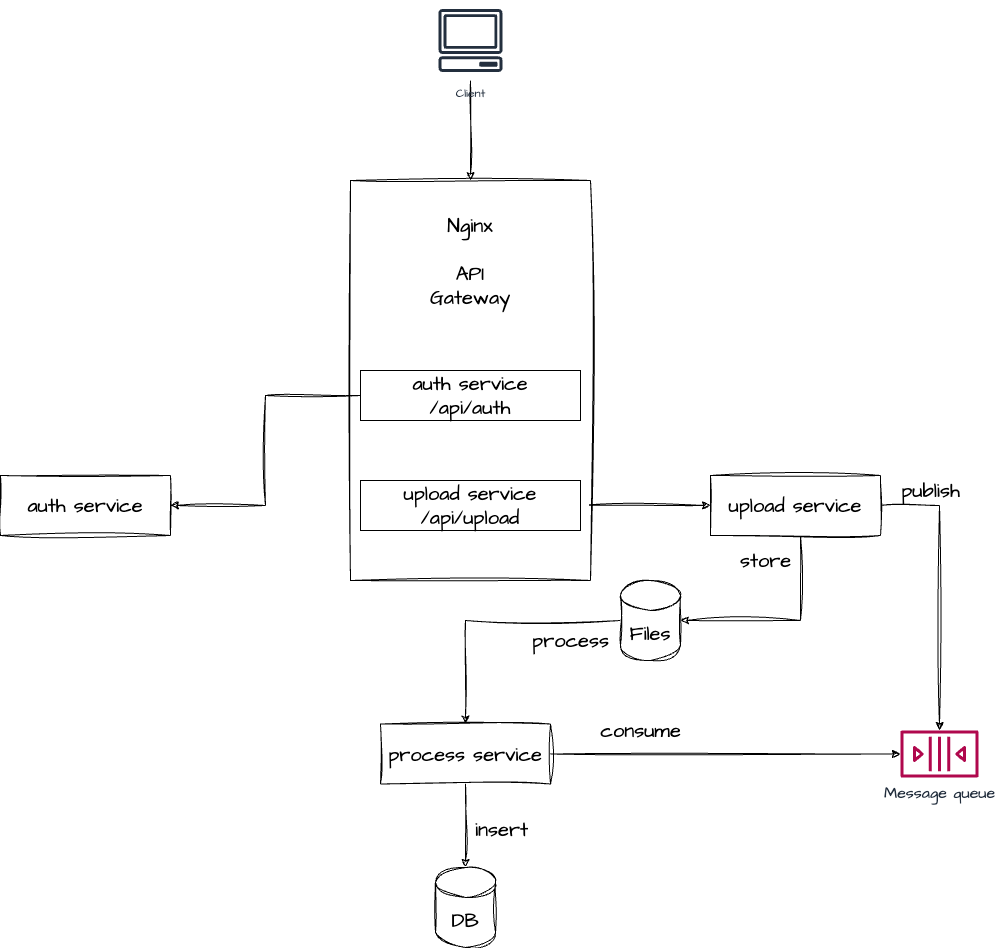
Earlier version of the draw.io export images/high-level-architecture.png (toantranct94/bank-reconciliation-system). Source tidied: cells renumbered, new cells last; positions are measured from the earlier drawing's top-left corner, leaving out a move shared by most shapes. Source of this version:
```xml
<mxGraphModel>
  <root>
    <mxCell id="0" />
    <mxCell id="1" parent="0" />
    <mxCell id="2" style="edgeStyle=orthogonalEdgeStyle;rounded=0;sketch=1;hachureGap=4;jiggle=2;curveFitting=1;jettySize=auto;html=1;entryX=0.5;entryY=0;entryDx=0;entryDy=0;fontFamily=Architects Daughter;fontSource=https%3A%2F%2Ffonts.googleapis.com%2Fcss%3Ffamily%3DArchitects%2BDaughter;fontSize=16;" parent="1" edge="1" source="3" target="14">
      <mxGeometry relative="1" as="geometry" />
    </mxCell>
    <mxCell id="3" value="Client" style="sketch=0;outlineConnect=0;fontColor=#232F3E;gradientColor=none;strokeColor=#232F3E;fillColor=#ffffff;dashed=0;verticalLabelPosition=bottom;verticalAlign=top;align=center;html=1;fontSize=12;fontStyle=0;shape=mxgraph.aws4.resourceIcon;resIcon=mxgraph.aws4.client;hachureGap=4;jiggle=2;curveFitting=1;fontFamily=Architects Daughter;fontSource=https%3A%2F%2Ffonts.googleapis.com%2Fcss%3Ffamily%3DArchitects%2BDaughter;" parent="1" vertex="1">
      <mxGeometry x="430" width="80" height="80" as="geometry" />
    </mxCell>
    <mxCell id="4" style="edgeStyle=orthogonalEdgeStyle;rounded=0;sketch=1;hachureGap=4;jiggle=2;curveFitting=1;jettySize=auto;html=1;fontFamily=Architects Daughter;fontSource=https%3A%2F%2Ffonts.googleapis.com%2Fcss%3Ffamily%3DArchitects%2BDaughter;fontSize=16;" parent="1" edge="1" source="18" target="20">
      <mxGeometry relative="1" as="geometry" />
    </mxCell>
    <mxCell id="5" value="auth service" style="rounded=0;whiteSpace=wrap;html=1;sketch=1;hachureGap=4;jiggle=2;curveFitting=1;fontFamily=Architects Daughter;fontSource=https%3A%2F%2Ffonts.googleapis.com%2Fcss%3Ffamily%3DArchitects%2BDaughter;fontSize=20;" parent="1" vertex="1">
      <mxGeometry y="475" width="170" height="60" as="geometry" />
    </mxCell>
    <mxCell id="6" style="edgeStyle=orthogonalEdgeStyle;rounded=0;sketch=1;hachureGap=4;jiggle=2;curveFitting=1;jettySize=auto;html=1;fontFamily=Architects Daughter;fontSource=https%3A%2F%2Ffonts.googleapis.com%2Fcss%3Ffamily%3DArchitects%2BDaughter;fontSize=16;" parent="1" edge="1" source="20" target="12">
      <mxGeometry relative="1" as="geometry" />
    </mxCell>
    <mxCell id="7" style="edgeStyle=orthogonalEdgeStyle;rounded=0;sketch=1;hachureGap=4;jiggle=2;curveFitting=1;jettySize=auto;html=1;entryX=0.5;entryY=0;entryDx=0;entryDy=0;entryPerimeter=0;fontFamily=Architects Daughter;fontSource=https%3A%2F%2Ffonts.googleapis.com%2Fcss%3Ffamily%3DArchitects%2BDaughter;fontSize=16;" parent="1" edge="1" source="10" target="11">
      <mxGeometry relative="1" as="geometry" />
    </mxCell>
    <mxCell id="8" value="insert" style="edgeLabel;html=1;align=center;verticalAlign=middle;fontSize=20;fontFamily=Architects Daughter;" parent="7" vertex="1">
      <mxGeometry x="-0.28" y="-3" relative="1" as="geometry">
        <mxPoint x="38" y="14" as="offset" />
      </mxGeometry>
    </mxCell>
    <mxCell id="9" style="edgeStyle=orthogonalEdgeStyle;rounded=0;sketch=1;hachureGap=4;jiggle=2;curveFitting=1;jettySize=auto;html=1;fontFamily=Architects Daughter;fontSource=https%3A%2F%2Ffonts.googleapis.com%2Fcss%3Ffamily%3DArchitects%2BDaughter;fontSize=16;" parent="1" edge="1" source="10" target="12">
      <mxGeometry relative="1" as="geometry" />
    </mxCell>
    <mxCell id="10" value="process service" style="rounded=0;whiteSpace=wrap;html=1;sketch=1;hachureGap=4;jiggle=2;curveFitting=1;fontFamily=Architects Daughter;fontSource=https%3A%2F%2Ffonts.googleapis.com%2Fcss%3Ffamily%3DArchitects%2BDaughter;fontSize=20;" parent="1" vertex="1">
      <mxGeometry x="380" y="723.5" width="170" height="60" as="geometry" />
    </mxCell>
    <mxCell id="11" value="DB" style="shape=cylinder3;whiteSpace=wrap;html=1;boundedLbl=1;backgroundOutline=1;size=15;sketch=1;hachureGap=4;jiggle=2;curveFitting=1;fontFamily=Architects Daughter;fontSource=https%3A%2F%2Ffonts.googleapis.com%2Fcss%3Ffamily%3DArchitects%2BDaughter;fontSize=20;" parent="1" vertex="1">
      <mxGeometry x="435" y="867" width="60" height="80" as="geometry" />
    </mxCell>
    <mxCell id="12" value="&lt;font style=&quot;font-size: 16px;&quot;&gt;Message queue&lt;/font&gt;" style="sketch=0;outlineConnect=0;fontColor=#232F3E;gradientColor=none;fillColor=#B0084D;strokeColor=none;dashed=0;verticalLabelPosition=bottom;verticalAlign=top;align=center;html=1;fontSize=12;fontStyle=0;shape=mxgraph.aws4.queue;hachureGap=4;jiggle=2;curveFitting=1;fontFamily=Architects Daughter;fontSource=https%3A%2F%2Ffonts.googleapis.com%2Fcss%3Ffamily%3DArchitects%2BDaughter;" parent="1" vertex="1">
      <mxGeometry x="900" y="730" width="78" height="47" as="geometry" />
    </mxCell>
    <mxCell id="13" style="group;" parent="1" vertex="1">
      <mxGeometry x="350" y="180" width="240" height="400" as="geometry" />
    </mxCell>
    <mxCell id="14" style="rounded=0;whiteSpace=wrap;html=1;sketch=1;hachureGap=4;jiggle=2;curveFitting=1;fontFamily=Architects Daughter;fontSource=https%3A%2F%2Ffonts.googleapis.com%2Fcss%3Ffamily%3DArchitects%2BDaughter;fontSize=20;" parent="13" vertex="1">
      <mxGeometry width="240" height="400" as="geometry" />
    </mxCell>
    <mxCell id="15" value="Nginx" style="text;html=1;strokeColor=none;fillColor=none;align=center;verticalAlign=middle;whiteSpace=wrap;rounded=0;fontSize=20;fontFamily=Architects Daughter;" parent="13" vertex="1">
      <mxGeometry x="90" y="20" width="60" height="50" as="geometry" />
    </mxCell>
    <mxCell id="16" value="API Gateway" style="text;html=1;strokeColor=none;fillColor=none;align=center;verticalAlign=middle;whiteSpace=wrap;rounded=0;fontSize=20;fontFamily=Architects Daughter;" parent="13" vertex="1">
      <mxGeometry x="90" y="80" width="60" height="50" as="geometry" />
    </mxCell>
    <mxCell id="17" value="auth service&lt;br&gt;/api/auth" style="text;html=1;strokeColor=default;fillColor=none;align=center;verticalAlign=middle;whiteSpace=wrap;rounded=0;fontSize=20;fontFamily=Architects Daughter;" parent="13" vertex="1">
      <mxGeometry x="10" y="190" width="220" height="50" as="geometry" />
    </mxCell>
    <mxCell id="18" value="upload service&lt;br&gt;/api/upload" style="text;html=1;strokeColor=default;fillColor=none;align=center;verticalAlign=middle;whiteSpace=wrap;rounded=0;fontSize=20;fontFamily=Architects Daughter;" parent="13" vertex="1">
      <mxGeometry x="10" y="300" width="220" height="50" as="geometry" />
    </mxCell>
    <mxCell id="19" style="edgeStyle=orthogonalEdgeStyle;rounded=0;sketch=1;hachureGap=4;jiggle=2;curveFitting=1;jettySize=auto;html=1;entryX=1;entryY=0.5;entryDx=0;entryDy=0;entryPerimeter=0;fontFamily=Architects Daughter;fontSource=https%3A%2F%2Ffonts.googleapis.com%2Fcss%3Ffamily%3DArchitects%2BDaughter;fontSize=16;" parent="1" edge="1" source="20" target="25">
      <mxGeometry relative="1" as="geometry">
        <Array as="points">
          <mxPoint x="800" y="620" />
        </Array>
      </mxGeometry>
    </mxCell>
    <mxCell id="20" value="upload service" style="rounded=0;whiteSpace=wrap;html=1;sketch=1;hachureGap=4;jiggle=2;curveFitting=1;fontFamily=Architects Daughter;fontSource=https%3A%2F%2Ffonts.googleapis.com%2Fcss%3Ffamily%3DArchitects%2BDaughter;fontSize=20;" parent="1" vertex="1">
      <mxGeometry x="710" y="475" width="170" height="60" as="geometry" />
    </mxCell>
    <mxCell id="21" value="publish" style="text;html=1;align=center;verticalAlign=middle;strokeColor=none;fillColor=none;fontSize=20;fontFamily=Architects Daughter;" parent="1" vertex="1">
      <mxGeometry x="890" y="470" width="80" height="40" as="geometry" />
    </mxCell>
    <mxCell id="22" value="consume" style="text;html=1;align=center;verticalAlign=middle;strokeColor=none;fillColor=none;fontSize=20;fontFamily=Architects Daughter;" parent="1" vertex="1">
      <mxGeometry x="590" y="710" width="100" height="40" as="geometry" />
    </mxCell>
    <mxCell id="23" style="edgeStyle=orthogonalEdgeStyle;rounded=0;sketch=1;hachureGap=4;jiggle=2;curveFitting=1;jettySize=auto;html=1;entryX=1;entryY=0.5;entryDx=0;entryDy=0;fontFamily=Architects Daughter;fontSource=https%3A%2F%2Ffonts.googleapis.com%2Fcss%3Ffamily%3DArchitects%2BDaughter;fontSize=16;" parent="1" edge="1" source="17" target="5">
      <mxGeometry relative="1" as="geometry" />
    </mxCell>
    <mxCell id="24" style="edgeStyle=orthogonalEdgeStyle;rounded=0;sketch=1;hachureGap=4;jiggle=2;curveFitting=1;jettySize=auto;html=1;entryX=0.5;entryY=0;entryDx=0;entryDy=0;fontFamily=Architects Daughter;fontSource=https%3A%2F%2Ffonts.googleapis.com%2Fcss%3Ffamily%3DArchitects%2BDaughter;fontSize=16;" parent="1" edge="1" source="25" target="10">
      <mxGeometry relative="1" as="geometry" />
    </mxCell>
    <mxCell id="25" value="Files" style="shape=cylinder3;whiteSpace=wrap;html=1;boundedLbl=1;backgroundOutline=1;size=15;sketch=1;hachureGap=4;jiggle=2;curveFitting=1;fontFamily=Architects Daughter;fontSource=https%3A%2F%2Ffonts.googleapis.com%2Fcss%3Ffamily%3DArchitects%2BDaughter;fontSize=20;" parent="1" vertex="1">
      <mxGeometry x="620" y="580" width="60" height="80" as="geometry" />
    </mxCell>
    <mxCell id="26" value="store" style="text;html=1;align=center;verticalAlign=middle;strokeColor=none;fillColor=none;fontSize=20;fontFamily=Architects Daughter;" parent="1" vertex="1">
      <mxGeometry x="730" y="540" width="70" height="40" as="geometry" />
    </mxCell>
    <mxCell id="27" value="process" style="text;html=1;align=center;verticalAlign=middle;strokeColor=none;fillColor=none;fontSize=20;fontFamily=Architects Daughter;" parent="1" vertex="1">
      <mxGeometry x="520" y="620" width="100" height="40" as="geometry" />
    </mxCell>
  </root>
</mxGraphModel>
```
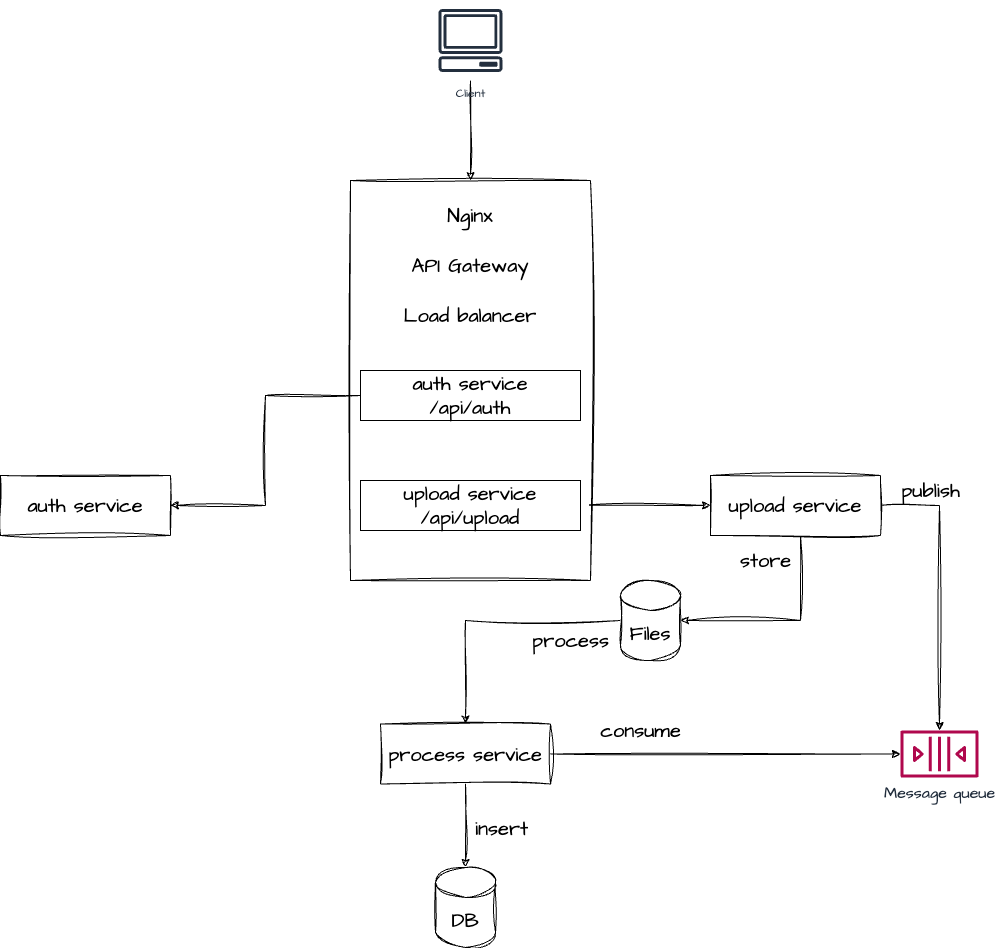
After the commit.

The edit, as a diff of the source:
```diff
@@ -44,10 +44,10 @@
       <mxGeometry width="240" height="400" as="geometry" />
     </mxCell>
     <mxCell id="15" value="Nginx" style="text;html=1;strokeColor=none;fillColor=none;align=center;verticalAlign=middle;whiteSpace=wrap;rounded=0;fontSize=20;fontFamily=Architects Daughter;" parent="13" vertex="1">
-      <mxGeometry x="90" y="20" width="60" height="50" as="geometry" />
+      <mxGeometry x="90" y="10" width="60" height="50" as="geometry" />
     </mxCell>
     <mxCell id="16" value="API Gateway" style="text;html=1;strokeColor=none;fillColor=none;align=center;verticalAlign=middle;whiteSpace=wrap;rounded=0;fontSize=20;fontFamily=Architects Daughter;" parent="13" vertex="1">
-      <mxGeometry x="90" y="80" width="60" height="50" as="geometry" />
+      <mxGeometry x="20" y="60" width="200" height="50" as="geometry" />
     </mxCell>
     <mxCell id="17" value="auth service&lt;br&gt;/api/auth" style="text;html=1;strokeColor=default;fillColor=none;align=center;verticalAlign=middle;whiteSpace=wrap;rounded=0;fontSize=20;fontFamily=Architects Daughter;" parent="13" vertex="1">
       <mxGeometry x="10" y="190" width="220" height="50" as="geometry" />
@@ -55,6 +55,9 @@
     <mxCell id="18" value="upload service&lt;br&gt;/api/upload" style="text;html=1;strokeColor=default;fillColor=none;align=center;verticalAlign=middle;whiteSpace=wrap;rounded=0;fontSize=20;fontFamily=Architects Daughter;" parent="13" vertex="1">
       <mxGeometry x="10" y="300" width="220" height="50" as="geometry" />
     </mxCell>
+    <mxCell id="28" value="Load balancer" style="text;html=1;strokeColor=none;fillColor=none;align=center;verticalAlign=middle;whiteSpace=wrap;rounded=0;fontSize=20;fontFamily=Architects Daughter;" parent="13" vertex="1">
+      <mxGeometry x="20" y="110" width="200" height="50" as="geometry" />
+    </mxCell>
     <mxCell id="19" style="edgeStyle=orthogonalEdgeStyle;rounded=0;sketch=1;hachureGap=4;jiggle=2;curveFitting=1;jettySize=auto;html=1;entryX=1;entryY=0.5;entryDx=0;entryDy=0;entryPerimeter=0;fontFamily=Architects Daughter;fontSource=https%3A%2F%2Ffonts.googleapis.com%2Fcss%3Ffamily%3DArchitects%2BDaughter;fontSize=16;" parent="1" edge="1" source="20" target="25">
       <mxGeometry relative="1" as="geometry">
         <Array as="points">
```
